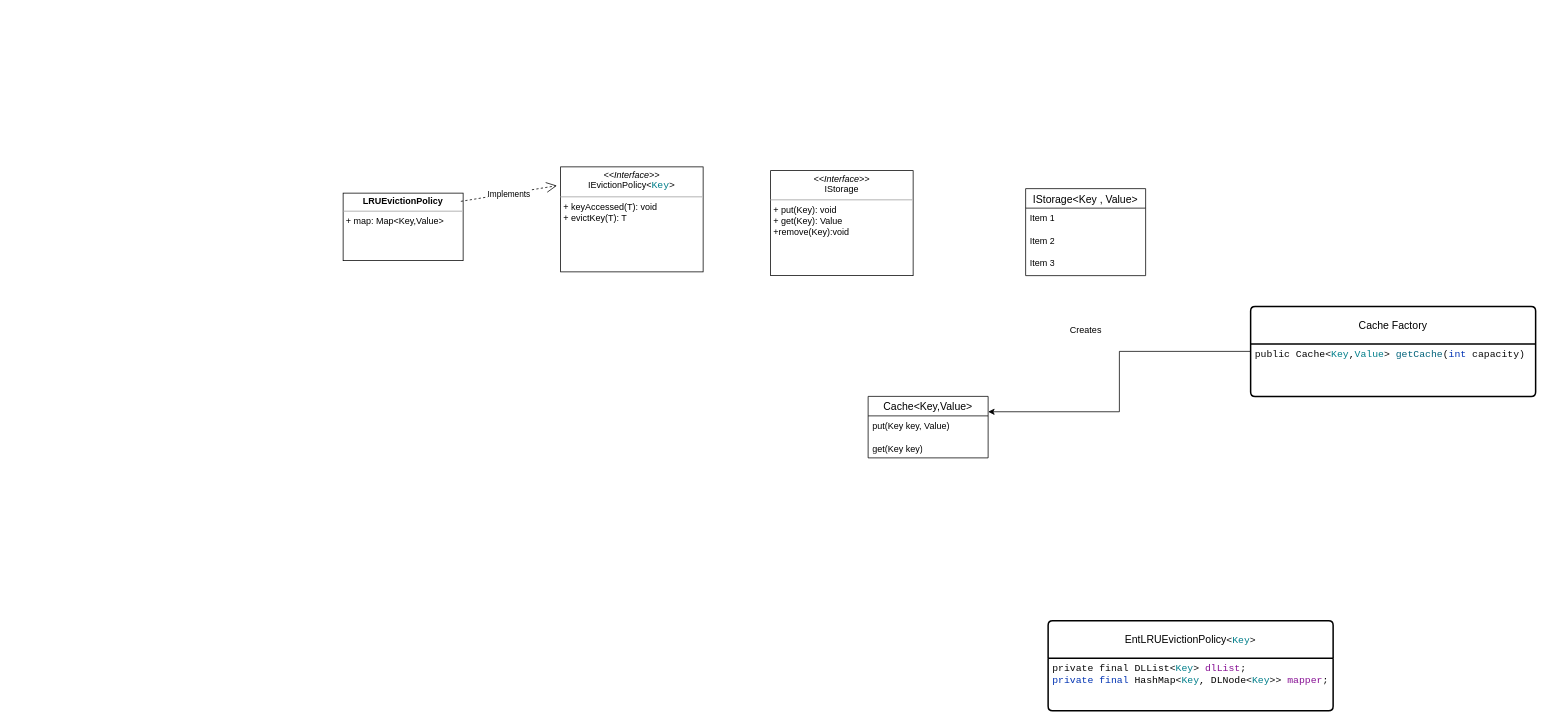
This is cache/src/LLD For Cache.drawio from code-with-rj1399/cache_system, a draw.io file, before an edit. Source tidied: cells renumbered, new cells numbered last; positions are measured from the earlier drawing's top-left corner, leaving out a move shared by most shapes. Both pictures are drawn from the tidied source at 75%, with x=0, y=0 at pixel (343, 166).
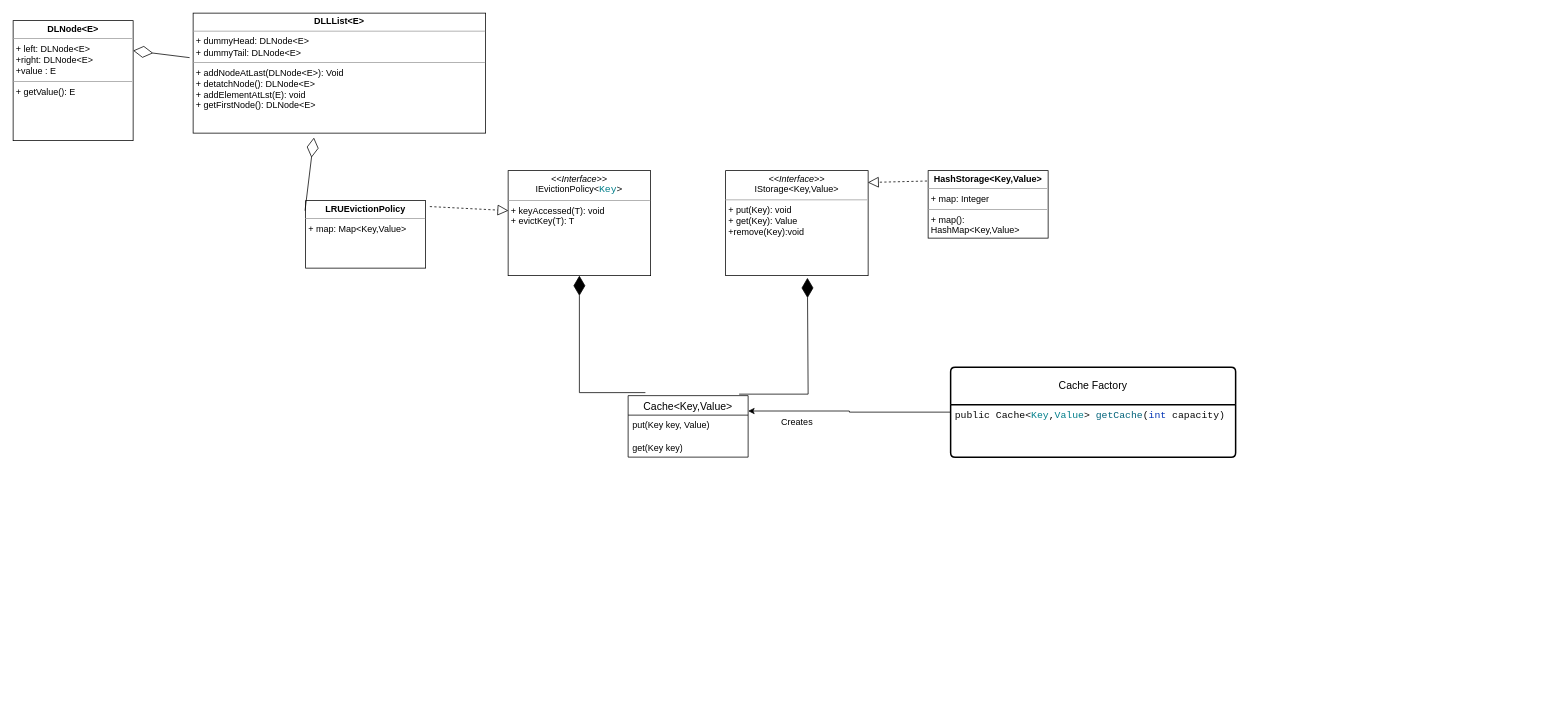
The same page after the edit.

Change to the diagram source:
```diff
@@
     <mxCell id="3" value="Cache Factory" style="swimlane;horizontal=1;startSize=50;rounded=1;fontSize=14;fontStyle=0;strokeWidth=2;shadow=0;dashed=0;align=center;arcSize=4;whiteSpace=wrap;html=1;" parent="1" vertex="1">
-      <mxGeometry x="1210" y="186" width="380" height="120" as="geometry" />
+      <mxGeometry x="810" y="267" width="380" height="120" as="geometry" />
     </mxCell>
@@
-    <mxCell id="5" value="EntLRUEvictionPolicy&lt;span style=&quot;background-color: rgb(255, 255, 255); color: rgb(8, 8, 8); font-family: &amp;quot;JetBrains Mono&amp;quot;, monospace; font-size: 9.8pt;&quot;&gt;&amp;lt;&lt;/span&gt;&lt;span style=&quot;font-family: &amp;quot;JetBrains Mono&amp;quot;, monospace; font-size: 9.8pt; color: rgb(0, 126, 138);&quot;&gt;Key&lt;/span&gt;&lt;span style=&quot;background-color: rgb(255, 255, 255); color: rgb(8, 8, 8); font-family: &amp;quot;JetBrains Mono&amp;quot;, monospace; font-size: 9.8pt;&quot;&gt;&amp;gt;&lt;/span&gt;" style="swimlane;horizontal=1;startSize=50;rounded=1;fontSize=14;fontStyle=0;strokeWidth=2;shadow=0;dashed=0;align=center;arcSize=4;whiteSpace=wrap;html=1;" parent="1" vertex="1">
-      <mxGeometry x="940" y="605" width="380" height="120" as="geometry" />
-    </mxCell>
-    <mxCell id="6" value="&lt;div style=&quot;background-color: rgb(255, 255, 255); color: rgb(8, 8, 8); font-family: &amp;quot;JetBrains Mono&amp;quot;, monospace; font-size: 9.8pt;&quot;&gt;private final &lt;span style=&quot;color:#000000;&quot;&gt;DLList&lt;/span&gt;&amp;lt;&lt;span style=&quot;color:#007e8a;&quot;&gt;Key&lt;/span&gt;&amp;gt; &lt;span style=&quot;color:#871094;&quot;&gt;dlList&lt;/span&gt;;&lt;br&gt;&lt;span style=&quot;color:#0033b3;&quot;&gt;private final &lt;/span&gt;&lt;span style=&quot;color:#000000;&quot;&gt;HashMap&lt;/span&gt;&amp;lt;&lt;span style=&quot;color:#007e8a;&quot;&gt;Key&lt;/span&gt;, &lt;span style=&quot;color:#000000;&quot;&gt;DLNode&lt;/span&gt;&amp;lt;&lt;span style=&quot;color:#007e8a;&quot;&gt;Key&lt;/span&gt;&amp;gt;&amp;gt; &lt;span style=&quot;color:#871094;&quot;&gt;mapper&lt;/span&gt;;&lt;/div&gt;" style="align=left;strokeColor=none;fillColor=none;spacingLeft=4;fontSize=12;verticalAlign=top;html=1;" parent="5" vertex="1">
-      <mxGeometry y="50" width="380" height="70" as="geometry" />
-    </mxCell>
     <mxCell id="7" value="Cache&lt;Key,Value&gt;" style="swimlane;fontStyle=0;horizontal=1;startSize=26;align=center;fontSize=14;" parent="1" vertex="1">
-      <mxGeometry x="700" y="306" width="160" height="82" as="geometry" />
+      <mxGeometry x="380" y="305" width="160" height="82" as="geometry" />
     </mxCell>
@@
-    <mxCell id="10" value="IStorage&lt;Key , Value&gt;" style="swimlane;fontStyle=0;horizontal=1;startSize=26;align=center;fontSize=14;" parent="1" vertex="1">
-      <mxGeometry x="910" y="29" width="160" height="116" as="geometry" />
-    </mxCell>
-    <mxCell id="11" value="Item 1" style="text;strokeColor=none;fillColor=none;spacingLeft=4;spacingRight=4;overflow=hidden;fontSize=12;whiteSpace=wrap;html=1;" parent="10" vertex="1">
-      <mxGeometry y="26" width="160" height="30" as="geometry" />
-    </mxCell>
-    <mxCell id="12" value="Item 2" style="text;strokeColor=none;fillColor=none;spacingLeft=4;spacingRight=4;overflow=hidden;fontSize=12;whiteSpace=wrap;html=1;" parent="10" vertex="1">
-      <mxGeometry y="56" width="160" height="30" as="geometry" />
-    </mxCell>
-    <mxCell id="13" value="Item 3" style="text;strokeColor=none;fillColor=none;spacingLeft=4;spacingRight=4;overflow=hidden;fontSize=12;whiteSpace=wrap;html=1;" parent="10" vertex="1">
-      <mxGeometry y="86" width="160" height="30" as="geometry" />
-    </mxCell>
     <mxCell id="14" value="Creates" style="text;html=1;align=center;verticalAlign=middle;strokeColor=none;fillColor=none;" parent="1" vertex="1">
-      <mxGeometry x="955" y="203" width="70" height="30" as="geometry" />
+      <mxGeometry x="570" y="325" width="70" height="30" as="geometry" />
     </mxCell>
     <mxCell id="15" value="&lt;p style=&quot;margin:0px;margin-top:4px;text-align:center;&quot;&gt;&lt;i&gt;&amp;lt;&amp;lt;Interface&amp;gt;&amp;gt;&lt;/i&gt;&lt;br&gt;IEvictionPolicy&amp;lt;&lt;span style=&quot;border-color: var(--border-color); font-family: &amp;quot;JetBrains Mono&amp;quot;, monospace; font-size: 13.0667px; color: rgb(0, 126, 138);&quot;&gt;Key&lt;/span&gt;&lt;span style=&quot;color: rgb(8, 8, 8); font-family: &amp;quot;JetBrains Mono&amp;quot;, monospace; font-size: 13.0667px; background-color: rgb(255, 255, 255);&quot;&gt;&amp;gt;&lt;/span&gt;&lt;br&gt;&lt;/p&gt;&lt;hr size=&quot;1&quot;&gt;&lt;p style=&quot;margin:0px;margin-left:4px;&quot;&gt;&lt;/p&gt;&lt;p style=&quot;margin:0px;margin-left:4px;&quot;&gt;+ keyAccessed(T): void&lt;br&gt;+ evictKey(T): T&lt;/p&gt;" style="verticalAlign=top;align=left;overflow=fill;fontSize=12;fontFamily=Helvetica;html=1;whiteSpace=wrap;" parent="1" vertex="1">
-      <mxGeometry x="290" width="190" height="140" as="geometry" />
+      <mxGeometry x="220" y="5" width="190" height="140" as="geometry" />
     </mxCell>
-    <mxCell id="16" value="&lt;p style=&quot;margin:0px;margin-top:4px;text-align:center;&quot;&gt;&lt;i&gt;&amp;lt;&amp;lt;Interface&amp;gt;&amp;gt;&lt;/i&gt;&lt;br&gt;IStorage&lt;/p&gt;&lt;hr size=&quot;1&quot;&gt;&lt;p style=&quot;margin:0px;margin-left:4px;&quot;&gt;&lt;span style=&quot;background-color: initial;&quot;&gt;+ put(Key): void&lt;/span&gt;&lt;br&gt;&lt;/p&gt;&lt;p style=&quot;margin:0px;margin-left:4px;&quot;&gt;+ get(Key): Value&lt;/p&gt;&lt;p style=&quot;margin:0px;margin-left:4px;&quot;&gt;+remove(Key):void&lt;/p&gt;" style="verticalAlign=top;align=left;overflow=fill;fontSize=12;fontFamily=Helvetica;html=1;whiteSpace=wrap;" parent="1" vertex="1">
-      <mxGeometry x="570" y="5" width="190" height="140" as="geometry" />
+    <mxCell id="16" value="&lt;p style=&quot;margin:0px;margin-top:4px;text-align:center;&quot;&gt;&lt;i&gt;&amp;lt;&amp;lt;Interface&amp;gt;&amp;gt;&lt;/i&gt;&lt;br&gt;IStorage&amp;lt;Key,Value&amp;gt;&lt;/p&gt;&lt;hr size=&quot;1&quot;&gt;&lt;p style=&quot;margin:0px;margin-left:4px;&quot;&gt;&lt;span style=&quot;background-color: initial;&quot;&gt;+ put(Key): void&lt;/span&gt;&lt;br&gt;&lt;/p&gt;&lt;p style=&quot;margin:0px;margin-left:4px;&quot;&gt;+ get(Key): Value&lt;/p&gt;&lt;p style=&quot;margin:0px;margin-left:4px;&quot;&gt;+remove(Key):void&lt;/p&gt;" style="verticalAlign=top;align=left;overflow=fill;fontSize=12;fontFamily=Helvetica;html=1;whiteSpace=wrap;" parent="1" vertex="1">
+      <mxGeometry x="510" y="5" width="190" height="140" as="geometry" />
     </mxCell>
     <mxCell id="17" value="&lt;p style=&quot;margin:0px;margin-top:4px;text-align:center;&quot;&gt;&lt;b&gt;LRUEvictionPolicy&lt;/b&gt;&lt;/p&gt;&lt;hr size=&quot;1&quot;&gt;&lt;p style=&quot;margin:0px;margin-left:4px;&quot;&gt;+ map: Map&amp;lt;Key,Value&amp;gt;&lt;/p&gt;&lt;p style=&quot;margin:0px;margin-left:4px;&quot;&gt;&lt;br&gt;&lt;/p&gt;" style="verticalAlign=top;align=left;overflow=fill;fontSize=12;fontFamily=Helvetica;html=1;whiteSpace=wrap;" parent="1" vertex="1">
-      <mxGeometry y="35" width="160" height="90" as="geometry" />
+      <mxGeometry x="-50" y="45" width="160" height="90" as="geometry" />
     </mxCell>
+    <mxCell id="19" style="endArrow=diamondThin;endFill=1;endSize=24;html=1;rounded=0;exitX=0.144;exitY=-0.049;exitDx=0;exitDy=0;exitPerimeter=0;entryX=0.5;entryY=1;entryDx=0;entryDy=0;" parent="1" edge="1" source="7" target="15">
+      <mxGeometry relative="1" as="geometry">
+        <Array as="points">
+          <mxPoint x="315" y="301" />
+        </Array>
+      </mxGeometry>
+    </mxCell>
+    <mxCell id="20" style="endArrow=diamondThin;endFill=1;endSize=24;html=1;rounded=0;exitX=0.925;exitY=-0.024;exitDx=0;exitDy=0;exitPerimeter=0;entryX=0.574;entryY=1.021;entryDx=0;entryDy=0;entryPerimeter=0;" parent="1" edge="1" source="7" target="16">
+      <mxGeometry relative="1" as="geometry">
+        <Array as="points">
+          <mxPoint x="620" y="303" />
+        </Array>
+      </mxGeometry>
+    </mxCell>
+    <mxCell id="21" value="&lt;p style=&quot;margin:0px;margin-top:4px;text-align:center;&quot;&gt;&lt;b&gt;HashStorage&amp;lt;Key,Value&amp;gt;&lt;/b&gt;&lt;/p&gt;&lt;hr size=&quot;1&quot;&gt;&lt;p style=&quot;margin:0px;margin-left:4px;&quot;&gt;+ map: Integer&lt;/p&gt;&lt;hr size=&quot;1&quot;&gt;&lt;p style=&quot;margin:0px;margin-left:4px;&quot;&gt;+ map(): HashMap&amp;lt;Key,Value&amp;gt;&lt;/p&gt;" style="verticalAlign=top;align=left;overflow=fill;fontSize=12;fontFamily=Helvetica;html=1;whiteSpace=wrap;" parent="1" vertex="1">
+      <mxGeometry x="780" y="5" width="160" height="90" as="geometry" />
+    </mxCell>
+    <mxCell id="22" style="endArrow=block;dashed=1;endFill=0;endSize=12;html=1;rounded=0;exitX=-0.009;exitY=0.154;exitDx=0;exitDy=0;exitPerimeter=0;entryX=0.998;entryY=0.113;entryDx=0;entryDy=0;entryPerimeter=0;" parent="1" edge="1" source="21" target="16">
+      <mxGeometry relative="1" as="geometry" />
+    </mxCell>
-    <mxCell id="18" value="Implements" style="endArrow=open;endSize=12;dashed=1;html=1;rounded=0;exitX=0.981;exitY=0.122;exitDx=0;exitDy=0;exitPerimeter=0;entryX=-0.026;entryY=0.179;entryDx=0;entryDy=0;entryPerimeter=0;" parent="1" edge="1" source="17" target="15">
+    <mxCell id="18" style="endArrow=block;dashed=1;endFill=0;endSize=12;html=1;rounded=0;exitX=1.035;exitY=0.088;exitDx=0;exitDy=0;exitPerimeter=0;entryX=0.002;entryY=0.381;entryDx=0;entryDy=0;entryPerimeter=0;" parent="1" edge="1" source="17" target="15">
       <mxGeometry relative="1" as="geometry" />
     </mxCell>
+    <mxCell id="23" value="&lt;p style=&quot;margin:0px;margin-top:4px;text-align:center;&quot;&gt;&lt;b&gt;DLLList&amp;lt;E&amp;gt;&lt;/b&gt;&lt;/p&gt;&lt;hr size=&quot;1&quot;&gt;&lt;p style=&quot;margin:0px;margin-left:4px;&quot;&gt;+ dummyHead: DLNode&amp;lt;E&amp;gt;&lt;/p&gt;&lt;p style=&quot;margin:0px;margin-left:4px;&quot;&gt;+ dummyTail: DLNode&amp;lt;E&amp;gt;&lt;/p&gt;&lt;hr size=&quot;1&quot;&gt;&lt;p style=&quot;margin:0px;margin-left:4px;&quot;&gt;+ addNodeAtLast(DLNode&amp;lt;E&amp;gt;): Void&lt;/p&gt;&lt;p style=&quot;margin:0px;margin-left:4px;&quot;&gt;+ detatchNode(): DLNode&amp;lt;E&amp;gt;&lt;/p&gt;&lt;p style=&quot;margin:0px;margin-left:4px;&quot;&gt;+ addElementAtLst(E): void&lt;/p&gt;&lt;p style=&quot;margin:0px;margin-left:4px;&quot;&gt;+ getFirstNode(): DLNode&amp;lt;E&amp;gt;&lt;/p&gt;" style="verticalAlign=top;align=left;overflow=fill;fontSize=12;fontFamily=Helvetica;html=1;whiteSpace=wrap;" parent="1" vertex="1">
+      <mxGeometry x="-200" y="-205" width="390" height="160" as="geometry" />
+    </mxCell>
+    <mxCell id="24" style="endArrow=diamondThin;endFill=0;endSize=24;html=1;rounded=0;exitX=-0.005;exitY=0.149;exitDx=0;exitDy=0;exitPerimeter=0;entryX=0.413;entryY=1.037;entryDx=0;entryDy=0;entryPerimeter=0;" parent="1" edge="1" source="17" target="23">
+      <mxGeometry relative="1" as="geometry" />
+    </mxCell>
+    <mxCell id="25" value="&lt;p style=&quot;margin:0px;margin-top:4px;text-align:center;&quot;&gt;&lt;b&gt;DLNode&amp;lt;E&amp;gt;&lt;/b&gt;&lt;/p&gt;&lt;hr size=&quot;1&quot;&gt;&lt;p style=&quot;margin:0px;margin-left:4px;&quot;&gt;+ left: DLNode&amp;lt;E&amp;gt;&lt;/p&gt;&lt;p style=&quot;margin:0px;margin-left:4px;&quot;&gt;+right: DLNode&amp;lt;E&amp;gt;&lt;/p&gt;&lt;p style=&quot;margin:0px;margin-left:4px;&quot;&gt;+value : E&lt;/p&gt;&lt;hr size=&quot;1&quot;&gt;&lt;p style=&quot;margin:0px;margin-left:4px;&quot;&gt;+ getValue(): E&lt;/p&gt;" style="verticalAlign=top;align=left;overflow=fill;fontSize=12;fontFamily=Helvetica;html=1;whiteSpace=wrap;" parent="1" vertex="1">
+      <mxGeometry x="-440" y="-195" width="160" height="160" as="geometry" />
+    </mxCell>
+    <mxCell id="26" style="endArrow=diamondThin;endFill=0;endSize=24;html=1;rounded=0;exitX=-0.012;exitY=0.371;exitDx=0;exitDy=0;exitPerimeter=0;entryX=1;entryY=0.25;entryDx=0;entryDy=0;" parent="1" edge="1" source="23" target="25">
+      <mxGeometry relative="1" as="geometry" />
+    </mxCell>
```
